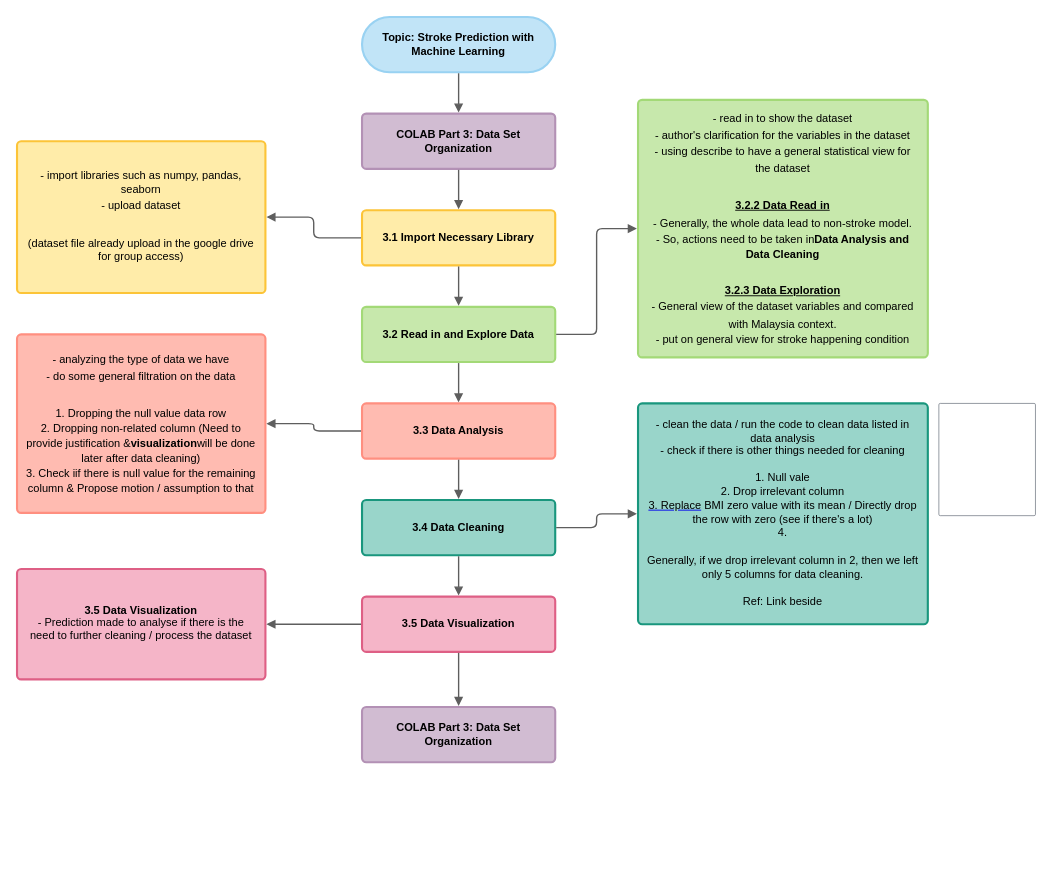
SannyLeeJiaXuan/WMU102-Stroke_Prediction_with_Machine_Learning keeps this draw.io diagram as FlowChart - Stroke Prediction Machine Learning.drawio. Above is the earlier version. Source tidied: cells renumbered, new cells numbered last; positions are measured from the earlier drawing's top-left corner, leaving out a move shared by most shapes. Both pictures are drawn from the tidied source at 92%, with x=0, y=0 at pixel (17, 17).
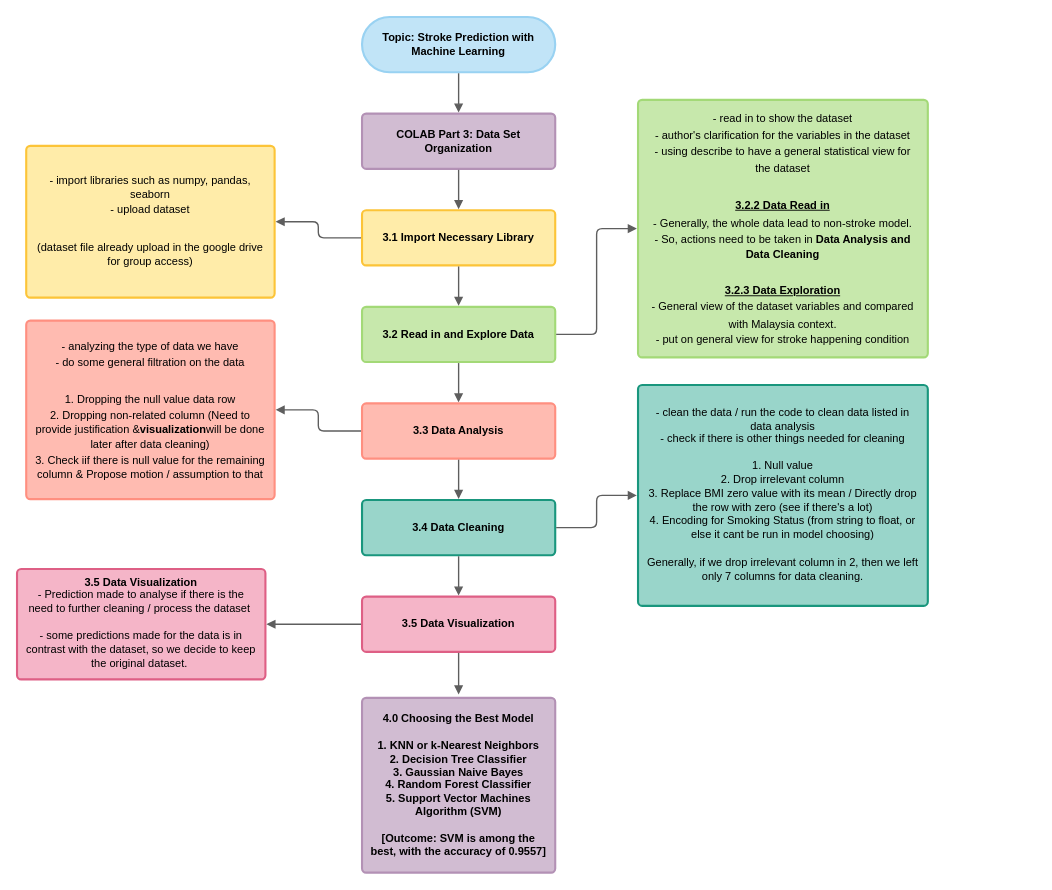
After the change.

The edit, as a diff of the source:
```diff
@@
     <mxCell id="5" value="&lt;div style=&quot;display: flex; justify-content: center; text-align: center; align-items: baseline; font-size: 0; line-height: 1.25;margin-top: -2px;&quot;&gt;&lt;span&gt;&lt;span style=&quot;font-size:12px;color:#000000;&quot;&gt;- import libraries such as numpy, pandas, seaborn&#10;&lt;/span&gt;&lt;/span&gt;&lt;/div&gt;&lt;div style=&quot;display: flex; justify-content: center; text-align: center; align-items: baseline; font-size: 0; line-height: 1.25;margin-top: -2px;&quot;&gt;&lt;span&gt;&lt;span style=&quot;font-size:12px;color:#000000;&quot;&gt;- upload dataset&lt;/span&gt;&lt;span style=&quot;font-size:16px;color:#000000;&quot;&gt;&#10;&lt;/span&gt;&lt;/span&gt;&lt;/div&gt;&lt;div style=&quot;display: flex; justify-content: center; text-align: center; align-items: baseline; font-size: 0; line-height: 1.25;margin-top: -2px;&quot;&gt;&lt;span&gt;&lt;span style=&quot;font-size:13px;color:#000000;&quot;&gt;&lt;span style=&quot;font-size:12px;color:#000000;&quot;&gt;&#10;&lt;/span&gt;&lt;/span&gt;&lt;/span&gt;&lt;/div&gt;&lt;div style=&quot;display: flex; justify-content: center; text-align: center; align-items: baseline; font-size: 0; line-height: 1.25;margin-top: -2px;&quot;&gt;&lt;span&gt;&lt;span style=&quot;font-size:12px;color:#000000;&quot;&gt;&#10;&lt;/span&gt;&lt;/span&gt;&lt;/div&gt;&lt;div style=&quot;display: flex; justify-content: center; text-align: center; align-items: baseline; font-size: 0; line-height: 1.25;margin-top: -2px;&quot;&gt;&lt;span&gt;&lt;span style=&quot;font-size:12px;color:#000000;&quot;&gt;(dataset file already upload in the google drive for group access)&lt;/span&gt;&lt;/span&gt;&lt;/div&gt;" style="html=1;overflow=block;blockSpacing=1;whiteSpace=wrap;fontSize=13;spacing=9;strokeColor=#fcc438;strokeOpacity=100;fillOpacity=100;rounded=1;absoluteArcSize=1;arcSize=9;fillColor=#ffeca9;strokeWidth=2.3;" parent="1" vertex="1">
-      <mxGeometry y="135" width="270" height="165" as="geometry" />
+      <mxGeometry x="10" y="140" width="270" height="165" as="geometry" />
     </mxCell>
@@
-    <mxCell id="7" value="&lt;div style=&quot;display: flex; justify-content: center; text-align: center; align-items: baseline; font-size: 0; line-height: 1.25;margin-top: -2px;&quot;&gt;&lt;span&gt;&lt;span style=&quot;font-size:12px;color:#000000;&quot;&gt;- read in to show the dataset&lt;/span&gt;&lt;span style=&quot;font-size:16px;color:#000000;&quot;&gt;&#10;&lt;/span&gt;&lt;/span&gt;&lt;/div&gt;&lt;div style=&quot;display: flex; justify-content: center; text-align: center; align-items: baseline; font-size: 0; line-height: 1.25;margin-top: -2px;&quot;&gt;&lt;span&gt;&lt;span style=&quot;font-size:13px;color:#000000;&quot;&gt;&lt;span style=&quot;font-size:12px;color:#000000;&quot;&gt;- author's clarification for the variables in the dataset&lt;/span&gt;&lt;span style=&quot;font-size:16px;color:#000000;&quot;&gt;&#10;&lt;/span&gt;&lt;span style=&quot;font-size:12px;color:#000000;&quot;&gt;- using describe to have a general statistical view for the dataset&lt;/span&gt;&lt;span style=&quot;font-size:16px;color:#000000;&quot;&gt;&#10;&#10;&lt;/span&gt;&lt;span style=&quot;font-size:12px;color:#000000;font-weight: bold;text-decoration: underline;&quot;&gt;3.2.2 Data Read in&lt;/span&gt;&lt;span style=&quot;font-size:16px;color:#000000;&quot;&gt;&#10;&lt;/span&gt;&lt;span style=&quot;font-size:12px;color:#000000;&quot;&gt;- Generally, the whole data lead to non-stroke model.&lt;/span&gt;&lt;span style=&quot;font-size:16px;color:#000000;&quot;&gt;&#10;&lt;/span&gt;&lt;span style=&quot;font-size:12px;color:#000000;&quot;&gt;&lt;span style=&quot;font-size:12px;color:#000000;&quot;&gt;- So, actions need to be taken in&lt;/span&gt;&lt;span style=&quot;font-size:12px;color:#000000;font-weight: bold;&quot;&gt;Data Analysis and Data Cleaning&#10;&lt;/span&gt;&lt;span style=&quot;font-size:16px;color:#000000;&quot;&gt;&#10;&lt;/span&gt;&lt;span style=&quot;font-size:12px;color:#000000;font-weight: bold;text-decoration: underline;&quot;&gt;3.2.3 Data Exploration&lt;/span&gt;&lt;span style=&quot;font-size:16px;color:#000000;&quot;&gt;&#10;&lt;/span&gt;&lt;span style=&quot;font-size:12px;color:#000000;&quot;&gt;- General view of the dataset variables and compared with Malaysia context.&lt;/span&gt;&lt;span style=&quot;font-size:16px;color:#000000;&quot;&gt;&#10;&lt;/span&gt;&lt;span style=&quot;font-size:12px;color:#000000;&quot;&gt;- put on general view for stroke happening condition&lt;/span&gt;&lt;/span&gt;&lt;/span&gt;&lt;/span&gt;&lt;/div&gt;" style="html=1;overflow=block;blockSpacing=1;whiteSpace=wrap;fontSize=13;spacing=9;strokeColor=#a3d977;strokeOpacity=100;fillOpacity=100;rounded=1;absoluteArcSize=1;arcSize=9;fillColor=#c7e8ac;strokeWidth=2.3;" parent="1" vertex="1">
+    <mxCell id="7" value="&lt;div style=&quot;display: flex ; justify-content: center ; text-align: center ; align-items: baseline ; font-size: 0 ; line-height: 1.25 ; margin-top: -2px&quot;&gt;&lt;span&gt;&lt;span style=&quot;font-size: 12px ; color: #000000&quot;&gt;- read in to show the dataset&lt;/span&gt;&lt;span style=&quot;font-size: 16px ; color: #000000&quot;&gt;&lt;br&gt;&lt;/span&gt;&lt;/span&gt;&lt;/div&gt;&lt;div style=&quot;display: flex ; justify-content: center ; text-align: center ; align-items: baseline ; font-size: 0 ; line-height: 1.25 ; margin-top: -2px&quot;&gt;&lt;span&gt;&lt;span style=&quot;font-size: 13px ; color: #000000&quot;&gt;&lt;span style=&quot;font-size: 12px ; color: #000000&quot;&gt;- author's clarification for the variables in the dataset&lt;/span&gt;&lt;span style=&quot;font-size: 16px ; color: #000000&quot;&gt;&lt;br&gt;&lt;/span&gt;&lt;span style=&quot;font-size: 12px ; color: #000000&quot;&gt;- using describe to have a general statistical view for the dataset&lt;/span&gt;&lt;span style=&quot;font-size: 16px ; color: #000000&quot;&gt;&lt;br&gt;&lt;br&gt;&lt;/span&gt;&lt;span style=&quot;font-size: 12px ; color: #000000 ; font-weight: bold ; text-decoration: underline&quot;&gt;3.2.2 Data Read in&lt;/span&gt;&lt;span style=&quot;font-size: 16px ; color: #000000&quot;&gt;&lt;br&gt;&lt;/span&gt;&lt;span style=&quot;font-size: 12px ; color: #000000&quot;&gt;- Generally, the whole data lead to non-stroke model.&lt;/span&gt;&lt;span style=&quot;font-size: 16px ; color: #000000&quot;&gt;&lt;br&gt;&lt;/span&gt;&lt;span style=&quot;font-size: 12px ; color: #000000&quot;&gt;&lt;span style=&quot;font-size: 12px ; color: #000000&quot;&gt;- So, actions need to be taken in&amp;nbsp;&lt;/span&gt;&lt;span style=&quot;font-size: 12px ; color: #000000 ; font-weight: bold&quot;&gt;Data Analysis and Data Cleaning&lt;br&gt;&lt;/span&gt;&lt;span style=&quot;font-size: 16px ; color: #000000&quot;&gt;&lt;br&gt;&lt;/span&gt;&lt;span style=&quot;font-size: 12px ; color: #000000 ; font-weight: bold ; text-decoration: underline&quot;&gt;3.2.3 Data Exploration&lt;/span&gt;&lt;span style=&quot;font-size: 16px ; color: #000000&quot;&gt;&lt;br&gt;&lt;/span&gt;&lt;span style=&quot;font-size: 12px ; color: #000000&quot;&gt;- General view of the dataset variables and compared with Malaysia context.&lt;/span&gt;&lt;span style=&quot;font-size: 16px ; color: #000000&quot;&gt;&lt;br&gt;&lt;/span&gt;&lt;span style=&quot;font-size: 12px ; color: #000000&quot;&gt;- put on general view for stroke happening condition&lt;/span&gt;&lt;/span&gt;&lt;/span&gt;&lt;/span&gt;&lt;/div&gt;" style="html=1;overflow=block;blockSpacing=1;whiteSpace=wrap;fontSize=13;spacing=9;strokeColor=#a3d977;strokeOpacity=100;fillOpacity=100;rounded=1;absoluteArcSize=1;arcSize=9;fillColor=#c7e8ac;strokeWidth=2.3;" parent="1" vertex="1">
       <mxGeometry x="675" y="90" width="315" height="280" as="geometry" />
     </mxCell>
@@
     <mxCell id="14" value="&lt;div style=&quot;display: flex; justify-content: center; text-align: center; align-items: baseline; font-size: 0; line-height: 1.25;margin-top: -2px;&quot;&gt;&lt;span&gt;&lt;span style=&quot;font-size:12px;color:#000000;&quot;&gt;- analyzing the type of data we have&lt;/span&gt;&lt;span style=&quot;font-size:16px;color:#000000;&quot;&gt;&#10;&lt;/span&gt;&lt;/span&gt;&lt;/div&gt;&lt;div style=&quot;display: flex; justify-content: center; text-align: center; align-items: baseline; font-size: 0; line-height: 1.25;margin-top: -2px;&quot;&gt;&lt;span&gt;&lt;span style=&quot;font-size:13px;color:#000000;&quot;&gt;&lt;span style=&quot;font-size:12px;color:#000000;&quot;&gt;- do some general filtration on the data&lt;/span&gt;&lt;span style=&quot;font-size:16px;color:#000000;&quot;&gt;&#10;&#10;&lt;/span&gt;&lt;span style=&quot;font-size:12px;color:#000000;&quot;&gt;1. Dropping the null value data row&lt;/span&gt;&lt;span style=&quot;font-size:16px;color:#000000;&quot;&gt;&#10;&lt;/span&gt;&lt;span style=&quot;font-size:12px;color:#000000;&quot;&gt;&lt;span style=&quot;font-size:12px;color:#000000;&quot;&gt;2. Dropping non-related column (Need to provide justification &amp;&lt;/span&gt;&lt;span style=&quot;font-size:12px;color:#000000;font-weight: bold;&quot;&gt;visualization&lt;/span&gt;will be done later after data cleaning) &#10;3. Check iif there is null value for the remaining column &amp; Propose motion / assumption to that&lt;/span&gt;&lt;/span&gt;&lt;/span&gt;&lt;/div&gt;" style="html=1;overflow=block;blockSpacing=1;whiteSpace=wrap;fontSize=13;spacing=9;strokeColor=#ff8f80;strokeOpacity=100;fillOpacity=100;rounded=1;absoluteArcSize=1;arcSize=9;fillColor=#ffbbb1;strokeWidth=2.3;" parent="1" vertex="1">
-      <mxGeometry y="345" width="270" height="194" as="geometry" />
+      <mxGeometry x="10" y="330" width="270" height="194" as="geometry" />
     </mxCell>
@@
-    <mxCell id="16" value="&lt;div style=&quot;display: flex ; justify-content: center ; text-align: center ; align-items: baseline ; font-size: 0 ; line-height: 1.25 ; margin-top: -2px&quot;&gt;&lt;span&gt;&lt;span style=&quot;font-size: 12px ; color: #000000&quot;&gt;- clean the data / run the code to clean data listed in data analysis&#10;&lt;/span&gt;&lt;/span&gt;&lt;/div&gt;&lt;div style=&quot;display: flex ; justify-content: center ; text-align: center ; align-items: baseline ; font-size: 0 ; line-height: 1.25 ; margin-top: -2px&quot;&gt;&lt;span&gt;&lt;span style=&quot;font-size: 12px ; color: #000000&quot;&gt;&lt;span style=&quot;font-size: 12px ; color: #000000&quot;&gt;- check if there is other things needed for cleaning&#10;&#10;1. Null vale&#10;2. Drop irrelevant column&#10;&lt;/span&gt;&lt;a href=&quot;http://3.Replace&quot;&gt;&lt;span style=&quot;font-size: 12px ; color: #000000&quot;&gt;3.  Replace&lt;/span&gt;&lt;/a&gt; BMI zero value with its mean / Directly drop the row with zero (see if there's a lot)&#10;4. &#10;&#10;Generally, if we drop irrelevant column in 2, then we left only 5 columns for data cleaning. &#10;&#10;Ref: Link beside&lt;/span&gt;&lt;/span&gt;&lt;/div&gt;" style="html=1;overflow=block;blockSpacing=1;whiteSpace=wrap;fontSize=13;spacing=9;strokeColor=#19967d;strokeOpacity=100;fillOpacity=100;rounded=1;absoluteArcSize=1;arcSize=9;fillColor=#99d5ca;strokeWidth=2.3;" parent="1" vertex="1">
-      <mxGeometry x="675" y="420" width="315" height="240" as="geometry" />
+    <mxCell id="16" value="&lt;div style=&quot;display: flex ; justify-content: center ; text-align: center ; align-items: baseline ; font-size: 0 ; line-height: 1.25 ; margin-top: -2px&quot;&gt;&lt;span&gt;&lt;span style=&quot;font-size: 12px ; color: #000000&quot;&gt;- clean the data / run the code to clean data listed in data analysis&lt;br&gt;&lt;/span&gt;&lt;/span&gt;&lt;/div&gt;&lt;div style=&quot;display: flex ; justify-content: center ; text-align: center ; align-items: baseline ; font-size: 0 ; line-height: 1.25 ; margin-top: -2px&quot;&gt;&lt;span&gt;&lt;span style=&quot;font-size: 12px ; color: #000000&quot;&gt;&lt;span style=&quot;font-size: 12px ; color: #000000&quot;&gt;- check if there is other things needed for cleaning&lt;br&gt;&lt;br&gt;1. Null value&lt;br&gt;2. Drop irrelevant column&lt;br&gt;&lt;/span&gt;3. Replace BMI zero value with its mean / Directly drop the row with zero (see if there's a lot)&lt;br&gt;4. Encoding for Smoking Status (from string to float, or else it cant be run in model choosing)&lt;br&gt;&lt;br&gt;Generally, if we drop irrelevant column in 2, then we left only 7 columns for data cleaning.&lt;br&gt;&lt;/span&gt;&lt;/span&gt;&lt;/div&gt;" style="html=1;overflow=block;blockSpacing=1;whiteSpace=wrap;fontSize=13;spacing=9;strokeColor=#19967d;strokeOpacity=100;fillOpacity=100;rounded=1;absoluteArcSize=1;arcSize=9;fillColor=#99d5ca;strokeWidth=2.3;" parent="1" vertex="1">
+      <mxGeometry x="675" y="400" width="315" height="240" as="geometry" />
     </mxCell>
@@
-    <mxCell id="23" value="&lt;div style=&quot;display: flex; justify-content: center; text-align: center; align-items: baseline; font-size: 0; line-height: 1.25;margin-top: -2px;&quot;&gt;&lt;span&gt;&lt;span style=&quot;font-size:12px;color:#000000;font-weight: bold;&quot;&gt;3.5 Data Visualization&#10;&lt;/span&gt;&lt;/span&gt;&lt;/div&gt;&lt;div style=&quot;display: flex; justify-content: center; text-align: center; align-items: baseline; font-size: 0; line-height: 1.25;margin-top: -2px;&quot;&gt;&lt;span&gt;&lt;span style=&quot;font-size:12px;color:#000000;&quot;&gt;&lt;span style=&quot;font-size:12px;color:#000000;&quot;&gt;- Prediction made to analyse if there is the need to further cleaning / process the dataset&lt;/span&gt;&lt;/span&gt;&lt;/span&gt;&lt;/div&gt;" style="html=1;overflow=block;blockSpacing=1;whiteSpace=wrap;fontSize=13;spacing=9;strokeColor=#de5f85;strokeOpacity=100;fillOpacity=100;rounded=1;absoluteArcSize=1;arcSize=9;fillColor=#f5b5c8;strokeWidth=2.3;" parent="1" vertex="1">
+    <mxCell id="23" value="&lt;div style=&quot;display: flex ; justify-content: center ; text-align: center ; align-items: baseline ; font-size: 0 ; line-height: 1.25 ; margin-top: -2px&quot;&gt;&lt;span&gt;&lt;span style=&quot;font-size: 12px ; color: #000000 ; font-weight: bold&quot;&gt;3.5 Data Visualization&lt;br&gt;&lt;/span&gt;&lt;/span&gt;&lt;/div&gt;&lt;div style=&quot;display: flex ; justify-content: center ; text-align: center ; align-items: baseline ; font-size: 0 ; line-height: 1.25 ; margin-top: -2px&quot;&gt;&lt;span&gt;&lt;span style=&quot;font-size: 12px ; color: #000000&quot;&gt;&lt;span style=&quot;font-size: 12px ; color: #000000&quot;&gt;- Prediction made to analyse if there is the need to further cleaning / process the dataset&amp;nbsp;&lt;br&gt;&lt;br&gt;- some predictions made for the data is in contrast with the dataset, so we decide to keep the original dataset.&amp;nbsp;&lt;/span&gt;&lt;/span&gt;&lt;/span&gt;&lt;/div&gt;" style="html=1;overflow=block;blockSpacing=1;whiteSpace=wrap;fontSize=13;spacing=9;strokeColor=#de5f85;strokeOpacity=100;fillOpacity=100;rounded=1;absoluteArcSize=1;arcSize=9;fillColor=#f5b5c8;strokeWidth=2.3;" parent="1" vertex="1">
       <mxGeometry y="600" width="270" height="120" as="geometry" />
     </mxCell>
@@
-    <mxCell id="25" style="html=1;overflow=block;blockSpacing=1;whiteSpace=wrap;fontSize=13;align=left;spacing=0;verticalAlign=top;strokeColor=#6f7681;strokeOpacity=100;rounded=1;absoluteArcSize=1;arcSize=3;strokeWidth=0.8;" parent="1" vertex="1">
-      <mxGeometry x="1002" y="420" width="105" height="122" as="geometry" />
-    </mxCell>
-    <mxCell id="26" value="COLAB Part 3: Data Set Organization" style="html=1;overflow=block;blockSpacing=1;whiteSpace=wrap;fontSize=12;fontColor=default;fontStyle=1;align=center;spacing=9;strokeColor=#b391b5;strokeOpacity=100;fillOpacity=100;rounded=1;absoluteArcSize=1;arcSize=9;fillColor=#d1bcd2;strokeWidth=2.3;" parent="1" vertex="1">
-      <mxGeometry x="375" y="750" width="210" height="60" as="geometry" />
+    <mxCell id="26" value="4.0 Choosing the Best Model&lt;br&gt;&lt;br&gt;1. KNN or k-Nearest Neighbors&lt;br&gt;2. Decision Tree Classifier&lt;br&gt;3. Gaussian Naive Bayes&lt;br&gt;4. Random Forest Classifier&lt;br&gt;5. Support Vector Machines Algorithm (SVM)&lt;br&gt;&lt;br&gt;[Outcome: SVM is among the best, with the accuracy of 0.9557]" style="html=1;overflow=block;blockSpacing=1;whiteSpace=wrap;fontSize=12;fontColor=default;fontStyle=1;align=center;spacing=9;strokeColor=#b391b5;strokeOpacity=100;fillOpacity=100;rounded=1;absoluteArcSize=1;arcSize=9;fillColor=#d1bcd2;strokeWidth=2.3;" parent="1" vertex="1">
+      <mxGeometry x="375" y="740" width="210" height="190" as="geometry" />
     </mxCell>
```
